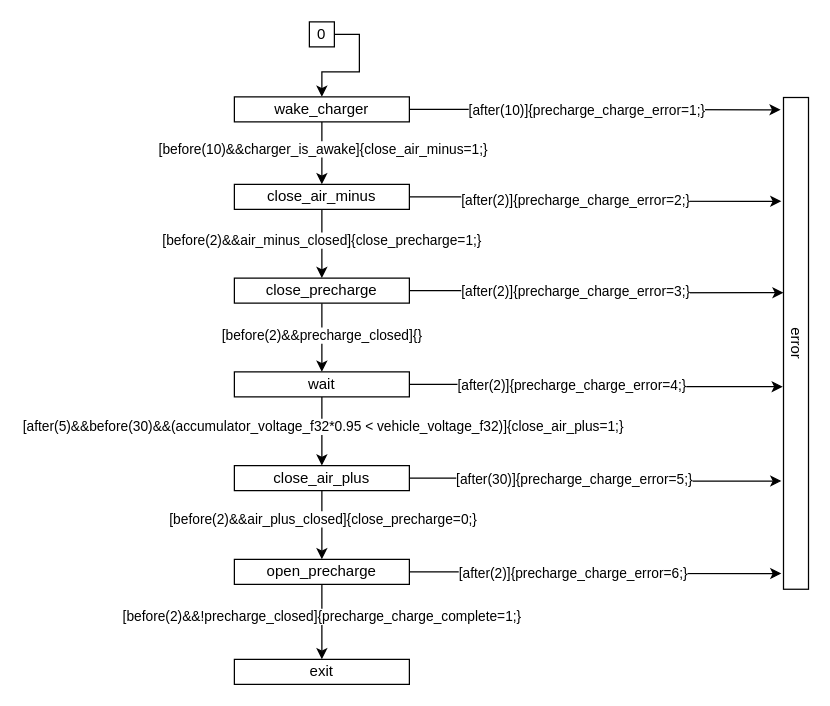
Before: page "precharge_charge" (3 of 5) of xver/xsm/XML/graph.drawio in osceri/AMS-CC, a draw.io diagram. Source tidied: cells renumbered, new cells numbered last; positions are measured from the earlier drawing's top-left corner, leaving out a move shared by most shapes. Both pictures are drawn from the tidied source at 125%, with x=0, y=0 at pixel (234, 21).
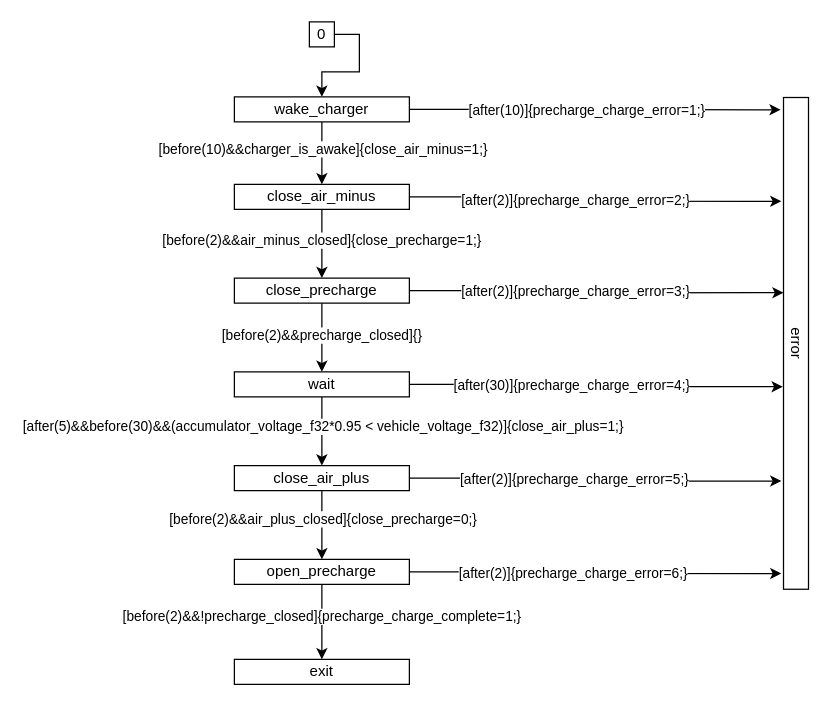
The same diagram, later.

Unchanged cells that the change refers to:
```xml
<mxCell id="14" style="edgeStyle=orthogonalEdgeStyle;rounded=0;jettySize=auto;html=1;exitX=1;exitY=0.5;exitDx=0;exitDy=0;entryX=0.588;entryY=1.027;entryDx=0;entryDy=0;entryPerimeter=0;" parent="1" edge="1" source="16" target="27">
  <mxGeometry relative="1" as="geometry" />
</mxCell>
<mxCell id="19" style="edgeStyle=orthogonalEdgeStyle;rounded=0;jettySize=auto;html=1;exitX=1;exitY=0.5;exitDx=0;exitDy=0;entryX=0.78;entryY=1.084;entryDx=0;entryDy=0;entryPerimeter=0;" parent="1" edge="1" source="21" target="27">
  <mxGeometry relative="1" as="geometry" />
</mxCell>
```

Change to the diagram source:
```diff
@@
-    <mxCell id="15" value="[after(2)]{precharge_charge_error=4;}" style="edgeLabel;html=1;align=center;verticalAlign=middle;" parent="14" vertex="1">
+    <mxCell id="15" value="[after(30)]{precharge_charge_error=4;}" style="edgeLabel;html=1;align=center;verticalAlign=middle;" parent="14" vertex="1">
       <mxGeometry x="-0.15" relative="1" as="geometry">
         <mxPoint x="1" as="offset" />
       </mxGeometry>
     </mxCell>
@@
-    <mxCell id="20" value="[after(30)]{precharge_charge_error=5;}" style="edgeLabel;html=1;align=center;verticalAlign=middle;" parent="19" vertex="1">
+    <mxCell id="20" value="[after(2)]{precharge_charge_error=5;}" style="edgeLabel;html=1;align=center;verticalAlign=middle;" parent="19" vertex="1">
       <mxGeometry x="-0.67" y="-1" relative="1" as="geometry">
         <mxPoint x="81" y="-1" as="offset" />
       </mxGeometry>
     </mxCell>
```
